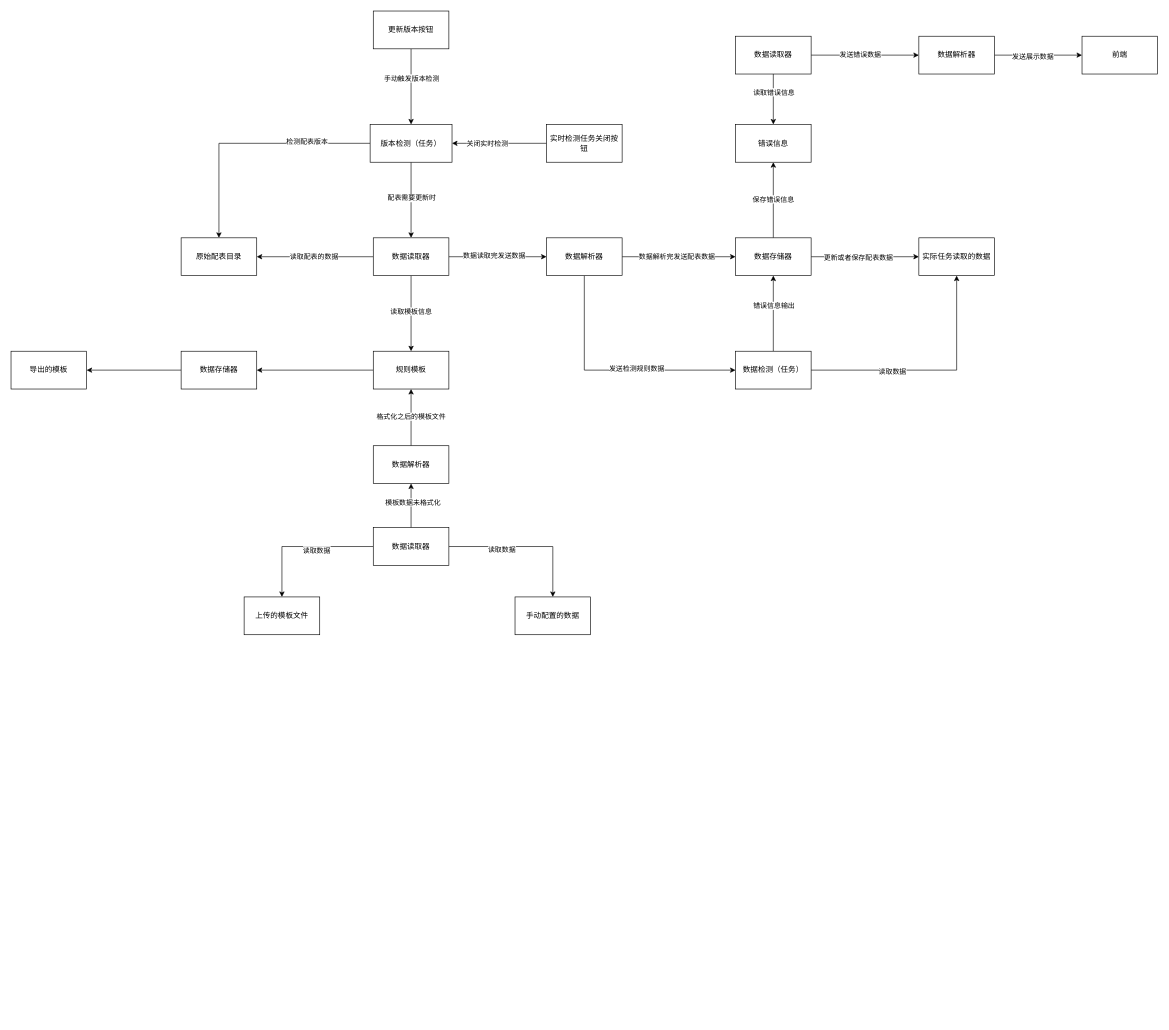
Before: 未命名绘图.drawio in lovezyz/draw, a draw.io diagram. Source tidied: cells renumbered, new cells numbered last; positions are measured from the earlier drawing's top-left corner, leaving out a move shared by most shapes. Both pictures are drawn from the tidied source at 63%, with x=0, y=0 at pixel (11, 11).
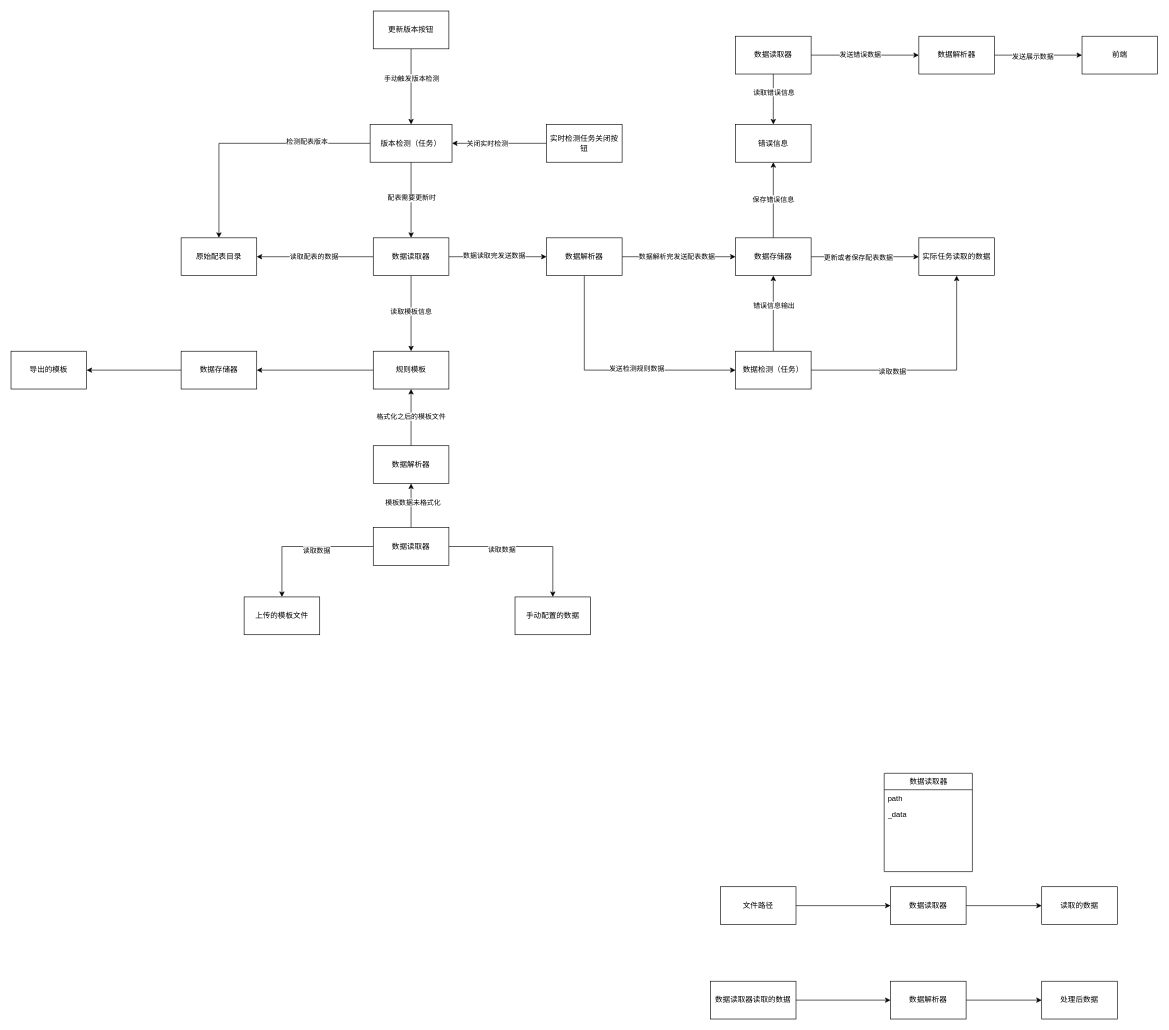
After the change.

Commit message:
更新未命名绘图.drawio

The edit, as a diff of the source:
```diff
@@
+    <mxCell id="64" style="edgeStyle=orthogonalEdgeStyle;rounded=0;jettySize=auto;html=1;exitX=1;exitY=0.5;exitDx=0;exitDy=0;" parent="1" edge="1" source="65" target="74">
+      <mxGeometry relative="1" as="geometry" />
+    </mxCell>
+    <mxCell id="65" value="数据读取器" style="rounded=0;whiteSpace=wrap;html=1;" parent="1" vertex="1">
+      <mxGeometry x="1396" y="1390" width="120" height="60" as="geometry" />
+    </mxCell>
+    <mxCell id="66" value="数据读取器" style="swimlane;fontStyle=0;horizontal=1;startSize=26;fillColor=none;html=1;" parent="1" vertex="1">
+      <mxGeometry x="1386" y="1210" width="140" height="156" as="geometry" />
+    </mxCell>
+    <mxCell id="67" value="path" style="text;strokeColor=none;fillColor=none;align=left;verticalAlign=top;spacingLeft=4;spacingRight=4;overflow=hidden;whiteSpace=wrap;html=1;" parent="66" vertex="1">
+      <mxGeometry y="26" width="140" height="26" as="geometry" />
+    </mxCell>
+    <mxCell id="68" value="_data" style="text;strokeColor=none;fillColor=none;align=left;verticalAlign=top;spacingLeft=4;spacingRight=4;overflow=hidden;whiteSpace=wrap;html=1;" parent="66" vertex="1">
+      <mxGeometry y="52" width="140" height="26" as="geometry" />
+    </mxCell>
+    <mxCell id="69" style="text;strokeColor=none;fillColor=none;align=left;verticalAlign=top;spacingLeft=4;spacingRight=4;overflow=hidden;whiteSpace=wrap;html=1;" parent="66" vertex="1">
+      <mxGeometry y="78" width="140" height="26" as="geometry" />
+    </mxCell>
+    <mxCell id="70" style="text;strokeColor=none;fillColor=none;align=left;verticalAlign=top;spacingLeft=4;spacingRight=4;overflow=hidden;whiteSpace=wrap;html=1;" parent="66" vertex="1">
+      <mxGeometry y="104" width="140" height="26" as="geometry" />
+    </mxCell>
+    <mxCell id="71" style="text;strokeColor=none;fillColor=none;align=left;verticalAlign=top;spacingLeft=4;spacingRight=4;overflow=hidden;whiteSpace=wrap;html=1;" parent="66" vertex="1">
+      <mxGeometry y="130" width="140" height="26" as="geometry" />
+    </mxCell>
+    <mxCell id="72" style="edgeStyle=orthogonalEdgeStyle;rounded=0;jettySize=auto;html=1;entryX=0;entryY=0.5;entryDx=0;entryDy=0;" parent="1" edge="1" source="73" target="65">
+      <mxGeometry relative="1" as="geometry" />
+    </mxCell>
+    <mxCell id="73" value="文件路径" style="rounded=0;whiteSpace=wrap;html=1;" parent="1" vertex="1">
+      <mxGeometry x="1126" y="1390" width="120" height="60" as="geometry" />
+    </mxCell>
+    <mxCell id="74" value="读取的数据" style="rounded=0;whiteSpace=wrap;html=1;" parent="1" vertex="1">
+      <mxGeometry x="1636" y="1390" width="120" height="60" as="geometry" />
+    </mxCell>
+    <mxCell id="75" style="edgeStyle=orthogonalEdgeStyle;rounded=0;jettySize=auto;html=1;exitX=1;exitY=0.5;exitDx=0;exitDy=0;" parent="1" edge="1" source="76" target="79">
+      <mxGeometry relative="1" as="geometry" />
+    </mxCell>
+    <mxCell id="76" value="数据解析器" style="rounded=0;whiteSpace=wrap;html=1;" parent="1" vertex="1">
+      <mxGeometry x="1396" y="1540" width="120" height="60" as="geometry" />
+    </mxCell>
+    <mxCell id="77" style="edgeStyle=orthogonalEdgeStyle;rounded=0;jettySize=auto;html=1;entryX=0;entryY=0.5;entryDx=0;entryDy=0;" parent="1" edge="1" source="78" target="76">
+      <mxGeometry relative="1" as="geometry" />
+    </mxCell>
+    <mxCell id="78" value="数据读取器读取的数据" style="rounded=0;whiteSpace=wrap;html=1;" parent="1" vertex="1">
+      <mxGeometry x="1110" y="1540" width="136" height="60" as="geometry" />
+    </mxCell>
+    <mxCell id="79" value="处理后数据" style="rounded=0;whiteSpace=wrap;html=1;" parent="1" vertex="1">
+      <mxGeometry x="1636" y="1540" width="120" height="60" as="geometry" />
+    </mxCell>
```
